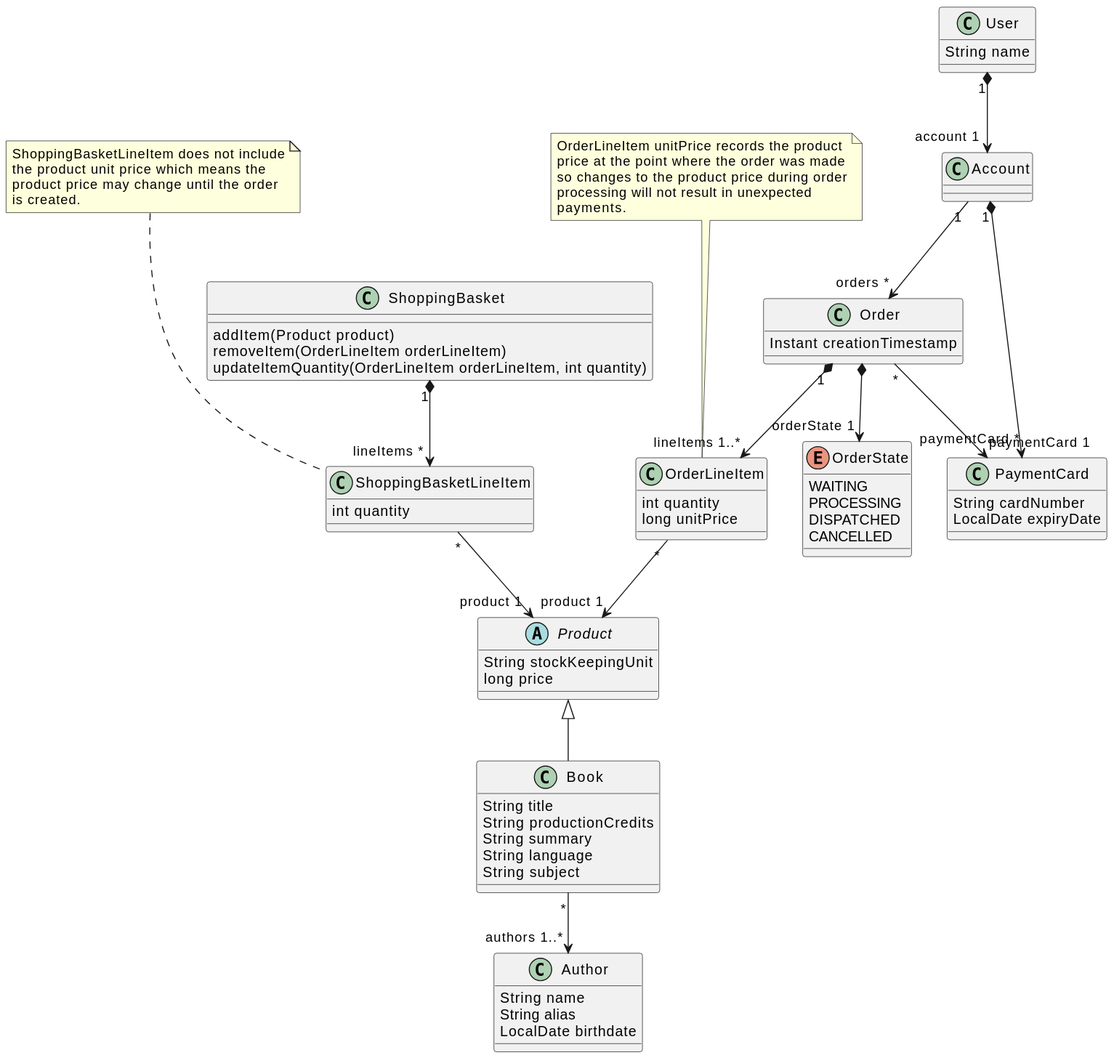
Earlier version of the PlantUML export docs/design/out/book_shop_domain_model/book_shop_domain_model.svg (dtmo/bookshop).
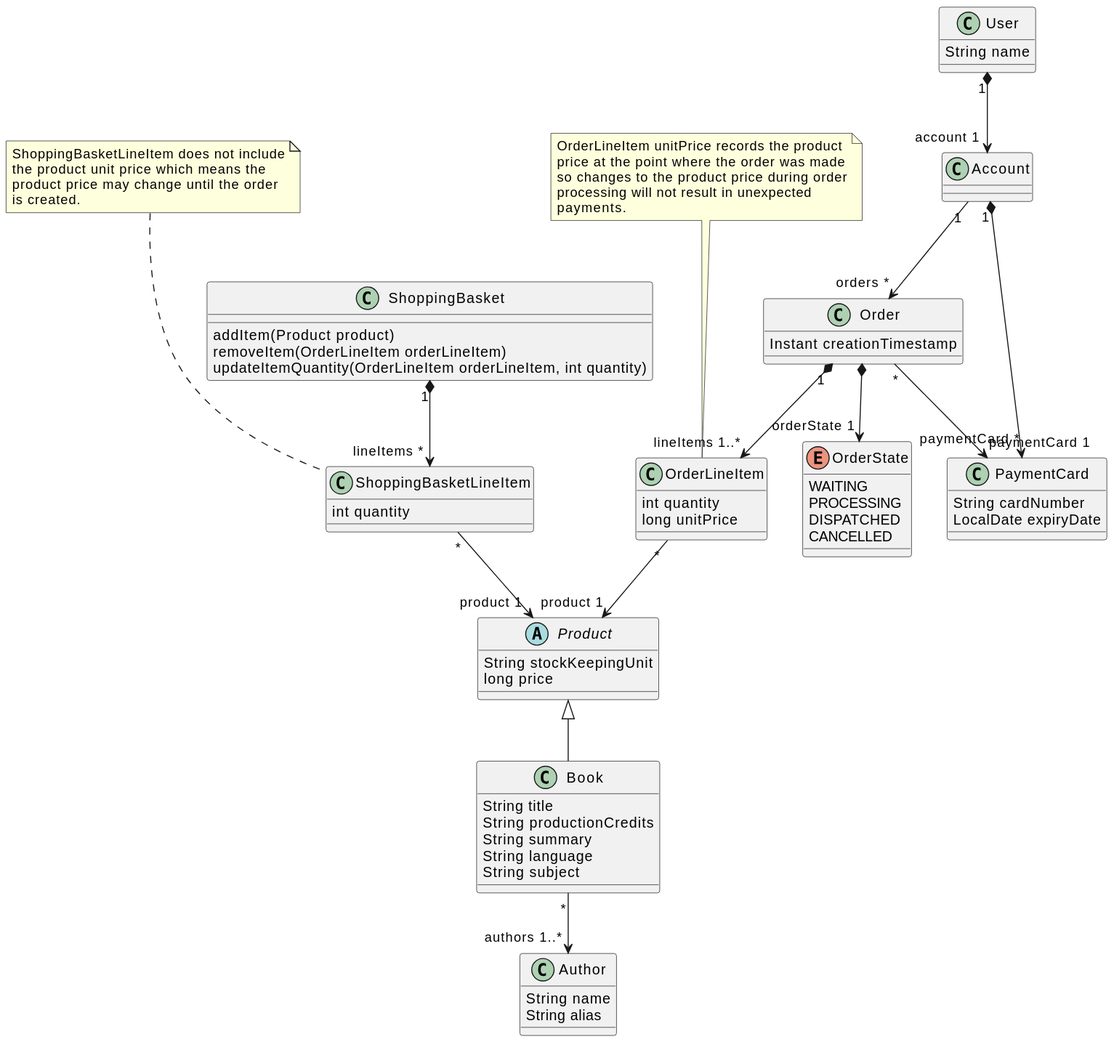
Above is the later version.

The edit, as a diff of the source:
```diff
@@ -7,7 +7,6 @@
 class Author {
     String name
     String alias
-    LocalDate birthdate
 }
 
 class Book {
```
